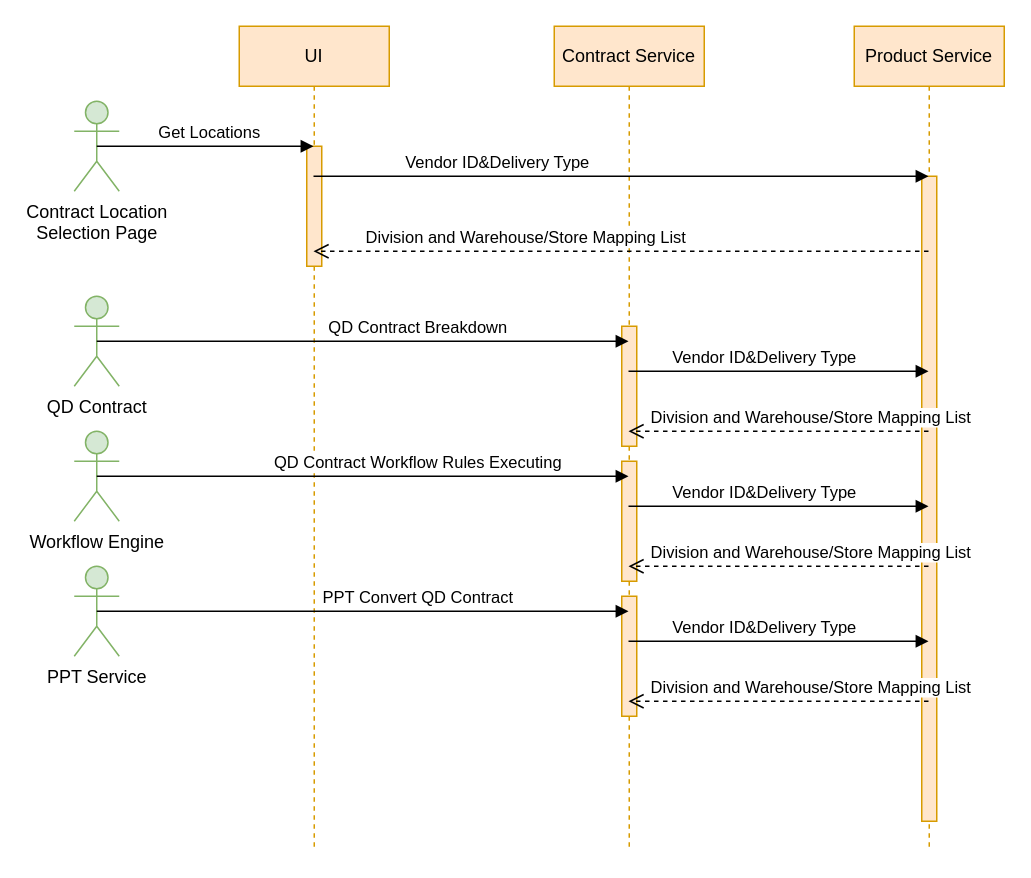
Above: Select Product Offering Sequence Diagram.drawio in dajin-kingland/UMLdiagrams (draw.io), before the change. Source tidied: cells renumbered, new cells numbered last; positions are measured from the earlier drawing's top-left corner, leaving out a move shared by most shapes. Both pictures are drawn from the tidied source at 150%, with x=0, y=0 at pixel (74, 26).
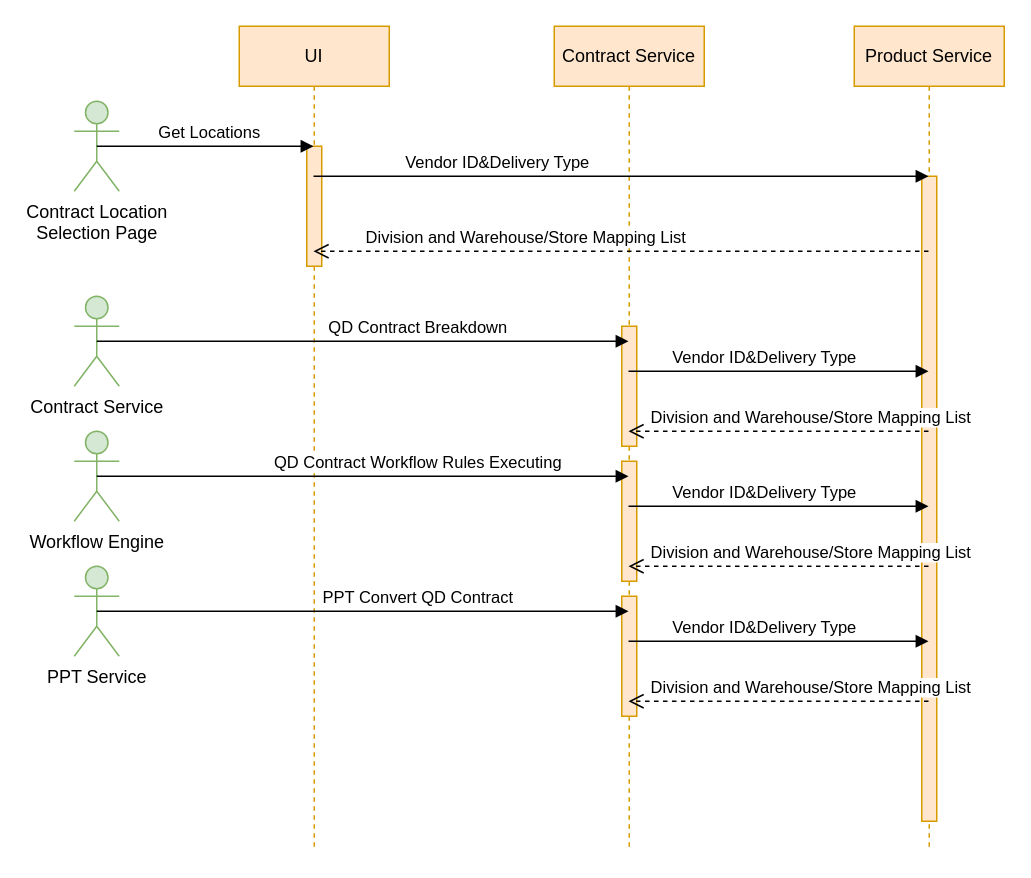
The same diagram, later.

Diff of the diagram source:
```diff
@@
-    <mxCell id="14" value="QD Contract" style="shape=umlActor;verticalLabelPosition=bottom;verticalAlign=top;html=1;fillColor=#d5e8d4;strokeColor=#82b366;" parent="1" vertex="1">
+    <mxCell id="14" value="Contract Service" style="shape=umlActor;verticalLabelPosition=bottom;verticalAlign=top;html=1;fillColor=#d5e8d4;strokeColor=#82b366;" parent="1" vertex="1">
       <mxGeometry y="180" width="30" height="60" as="geometry" />
     </mxCell>
```
